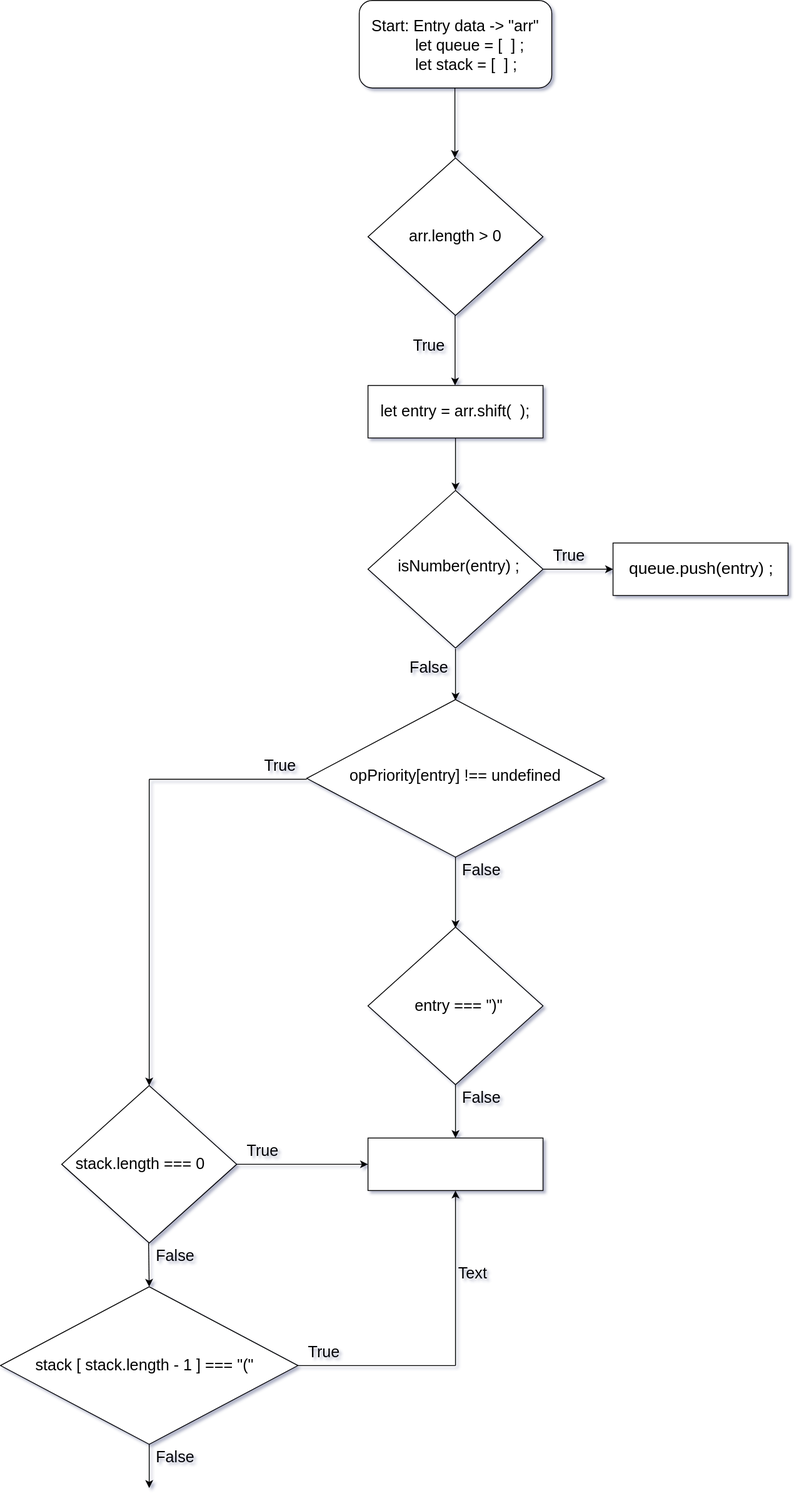
Before: Untitled Diagram.drawio.svg, a diagram exported from draw.io (jcgm3205/jcgm3205). Source tidied: cells renumbered, new cells last; positions are measured from the earlier drawing's top-left corner, leaving out a move shared by most shapes.
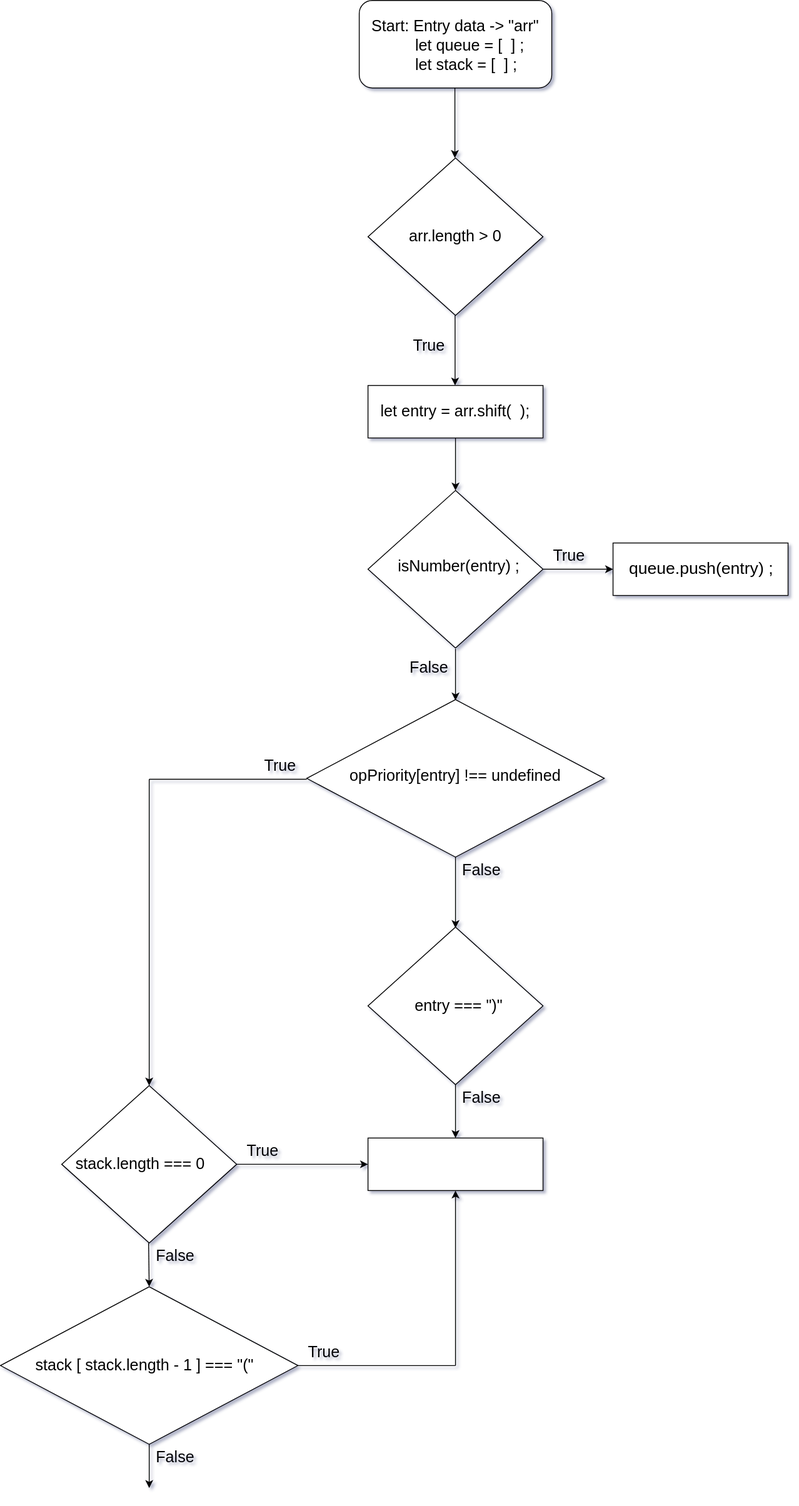
The same diagram one commit later.

Diff of the diagram source:
```diff
@@ -157,9 +157,6 @@
     <mxCell id="41" value="True" style="text;html=1;strokeColor=none;fillColor=none;align=center;verticalAlign=middle;whiteSpace=wrap;rounded=0;fontSize=18;" parent="1" vertex="1">
       <mxGeometry x="340" y="1530" width="60" height="30" as="geometry" />
     </mxCell>
-    <mxCell id="42" value="Text" style="text;html=1;strokeColor=none;fillColor=none;align=center;verticalAlign=middle;whiteSpace=wrap;rounded=0;fontSize=18;" parent="1" vertex="1">
-      <mxGeometry x="510" y="1440" width="60" height="30" as="geometry" />
-    </mxCell>
     <mxCell id="43" value="stack [ stack.length - 1 ] === &quot;(&quot;" style="text;html=1;strokeColor=none;fillColor=none;align=center;verticalAlign=middle;whiteSpace=wrap;rounded=0;fontSize=18;" parent="1" vertex="1">
       <mxGeometry x="30" y="1530" width="270" height="60" as="geometry" />
     </mxCell>
```
